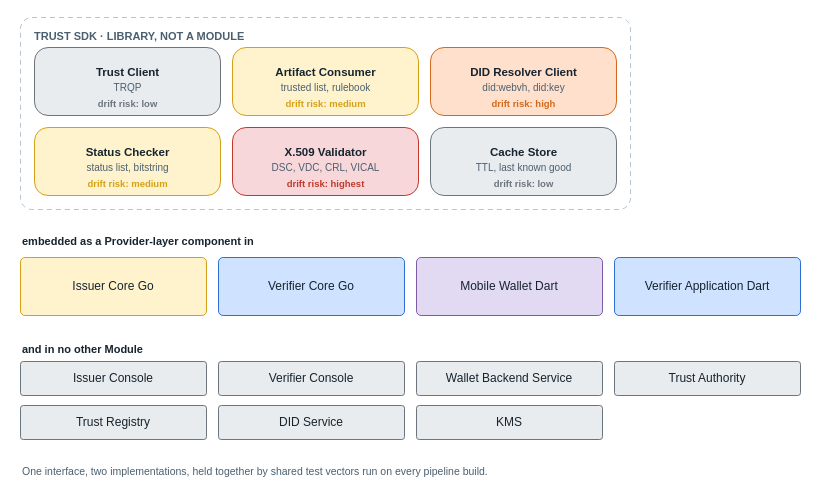
Above: images/architecture-framework/high-level-architecture/trust-sdk.drawio in id-verifiable-credential-dev/id-doc-idctf (draw.io), before the change. Source tidied: cells renumbered, new cells numbered last; positions are measured from the earlier drawing's top-left corner, leaving out a move shared by most shapes. Both pictures are drawn from the tidied source at 100%, with x=0, y=0 at pixel (17, 17).
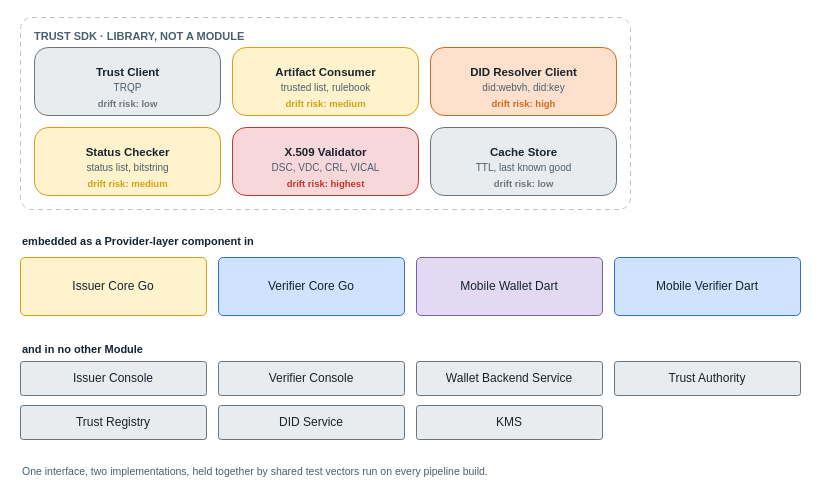
The same page after the edit.

What changed in the source:
```diff
@@
-    <mxCell id="31" value="Verifier Application Dart" style="rounded=1;arcSize=8;fillColor=#cfe2ff;strokeColor=#2f6fd0;fontSize=12;fontColor=#16242f;html=1;whiteSpace=wrap;verticalAlign=middle;" parent="1" vertex="1">
+    <mxCell id="31" value="Mobile Verifier Dart" style="rounded=1;arcSize=8;fillColor=#cfe2ff;strokeColor=#2f6fd0;fontSize=12;fontColor=#16242f;html=1;whiteSpace=wrap;verticalAlign=middle;" parent="1" vertex="1">
       <mxGeometry x="597" y="240" width="186" height="58" as="geometry" />
     </mxCell>
```
